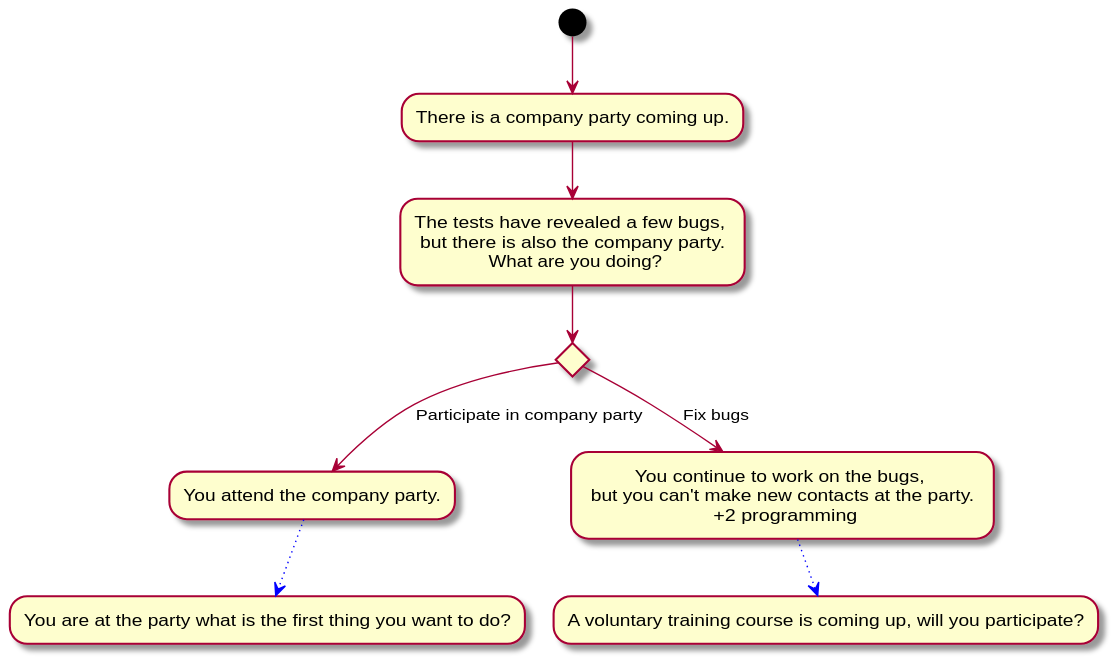
This is Docs/Technical Specifications/docs/diagrams/StoryFlow/StoryFlow_Decision_6.svg from Brotenko/QualityQuest, a PlantUML export, as it was before one commit.
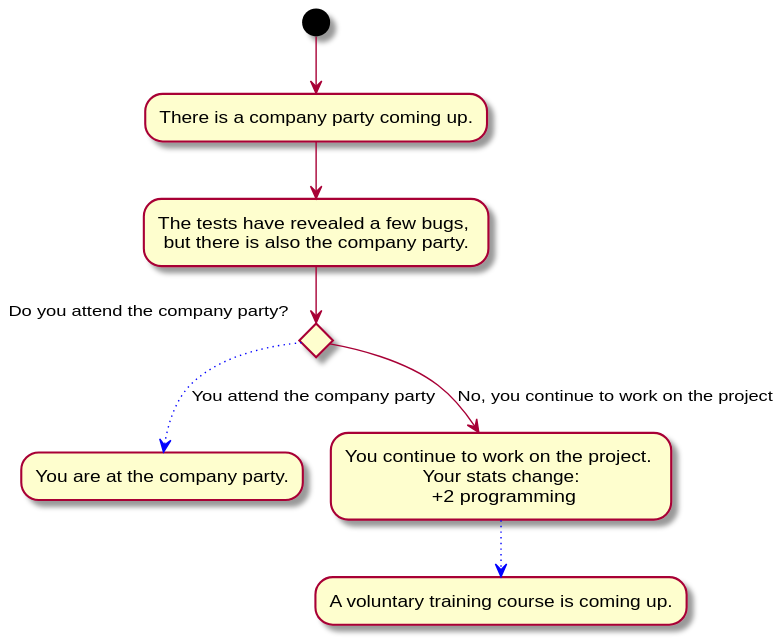
Later version of the same file.

Change to the diagram source:
```diff
@@ -1,10 +1,10 @@
 @startuml
 (*) --> "There is a company party coming up."
---> "The tests have revealed a few bugs, \n but there is also the company party. \n What are you doing?"
-if " " then
---> [Participate in company party] "You attend the company party."
--[#blue,dotted]-> "You are at the party what is the first thing you want to do?"
+--> "The tests have revealed a few bugs, \n but there is also the company party. "
+if "Do you attend the company party?" then
+-[#blue,dotted]-> [You attend the company party] "You are at the company party."
+
 else
---> [Fix bugs] "You continue to work on the bugs, \n but you can't make new contacts at the party. \n +2 programming"
--[#blue,dotted]-> "A voluntary training course is coming up, will you participate?"
+--> [No, you continue to work on the project] "You continue to work on the project. \n Your stats change: \n +2 programming"
+-[#blue,dotted]-> "A voluntary training course is coming up."
 @enduml
```
